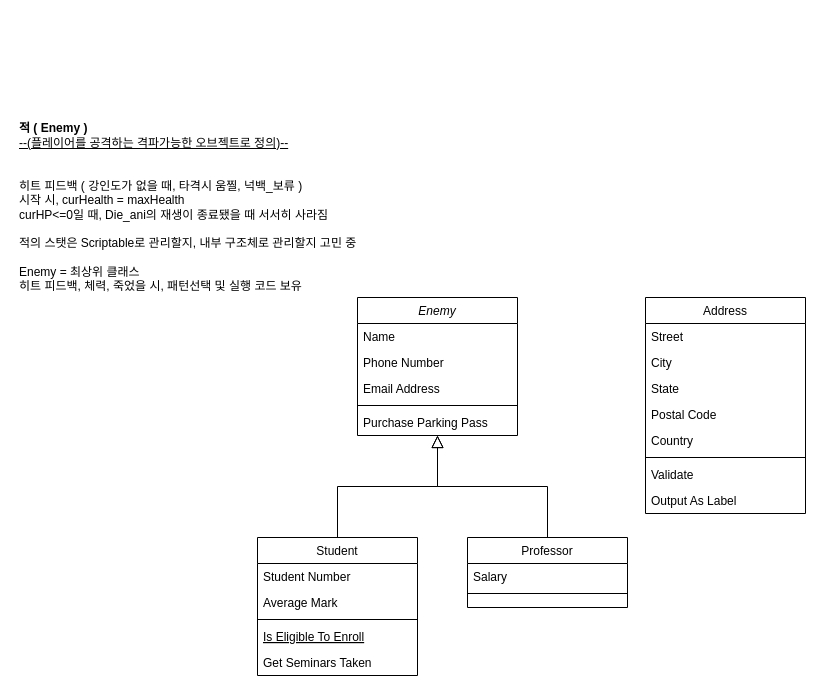
This is Capstone_Monster.drawio from hu4nana/ClassIdeas, a draw.io file, before an edit. Source tidied: cells renumbered, new cells numbered last; positions are measured from the earlier drawing's top-left corner, leaving out a move shared by most shapes. Both pictures are drawn from the tidied source at 100%, with x=0, y=0 at pixel (17, 17).
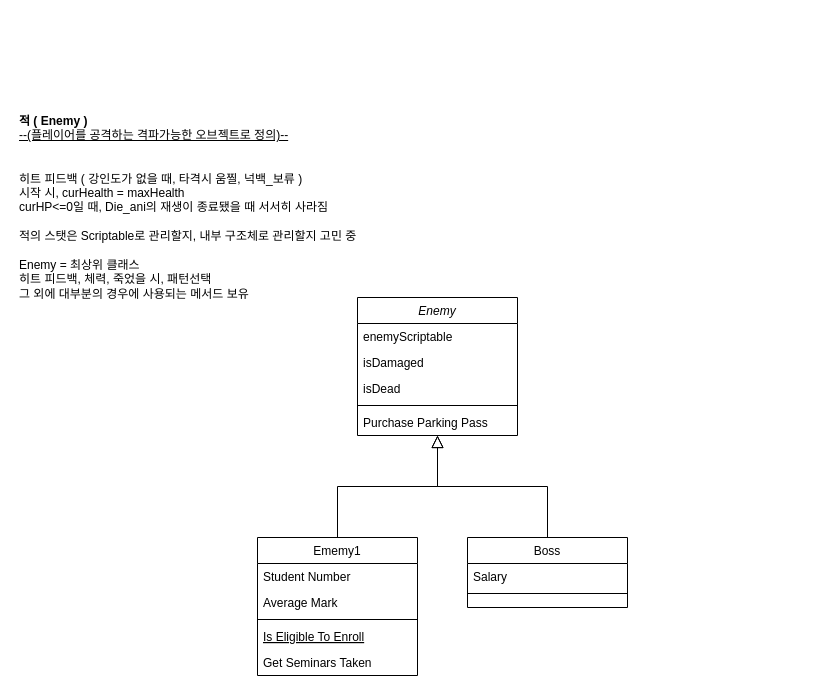
Above is the later version.

Unchanged cells that the change refers to:
```xml
<mxCell id="2" value="Enemy" style="swimlane;fontStyle=2;align=center;verticalAlign=top;horizontal=1;startSize=26;rounded=0;shadow=0;strokeWidth=1;" parent="1" vertex="1">
  <mxGeometry x="340" y="280" width="160" height="138" as="geometry" />
</mxCell>
```

The edit, as a diff of the source:
```diff
@@
-    <mxCell id="3" value="Name" style="text;align=left;verticalAlign=top;spacingLeft=4;spacingRight=4;overflow=hidden;" parent="2" vertex="1">
+    <mxCell id="3" value="enemyScriptable" style="text;align=left;verticalAlign=top;spacingLeft=4;spacingRight=4;overflow=hidden;" parent="2" vertex="1">
       <mxGeometry y="26" width="160" height="26" as="geometry" />
     </mxCell>
-    <mxCell id="4" value="Phone Number" style="text;align=left;verticalAlign=top;spacingLeft=4;spacingRight=4;overflow=hidden;rounded=0;shadow=0;html=0;" parent="2" vertex="1">
+    <mxCell id="4" value="isDamaged" style="text;align=left;verticalAlign=top;spacingLeft=4;spacingRight=4;overflow=hidden;rounded=0;shadow=0;html=0;" parent="2" vertex="1">
       <mxGeometry y="52" width="160" height="26" as="geometry" />
     </mxCell>
-    <mxCell id="5" value="Email Address" style="text;align=left;verticalAlign=top;spacingLeft=4;spacingRight=4;overflow=hidden;rounded=0;shadow=0;html=0;" parent="2" vertex="1">
+    <mxCell id="5" value="isDead" style="text;align=left;verticalAlign=top;spacingLeft=4;spacingRight=4;overflow=hidden;rounded=0;shadow=0;html=0;" parent="2" vertex="1">
       <mxGeometry y="78" width="160" height="26" as="geometry" />
     </mxCell>
@@
-    <mxCell id="8" value="Student" style="swimlane;fontStyle=0;align=center;verticalAlign=top;horizontal=1;startSize=26;rounded=0;shadow=0;strokeWidth=1;" parent="1" vertex="1">
+    <mxCell id="8" value="Ememy1" style="swimlane;fontStyle=0;align=center;verticalAlign=top;horizontal=1;startSize=26;rounded=0;shadow=0;strokeWidth=1;" parent="1" vertex="1">
       <mxGeometry x="240" y="520" width="160" height="138" as="geometry" />
     </mxCell>
@@
-    <mxCell id="15" value="Professor" style="swimlane;fontStyle=0;align=center;verticalAlign=top;horizontal=1;startSize=26;rounded=0;shadow=0;strokeWidth=1;" parent="1" vertex="1">
+    <mxCell id="15" value="Boss" style="swimlane;fontStyle=0;align=center;verticalAlign=top;horizontal=1;startSize=26;rounded=0;shadow=0;strokeWidth=1;" parent="1" vertex="1">
       <mxGeometry x="450" y="520" width="160" height="70" as="geometry" />
     </mxCell>
@@
-    <mxCell id="19" value="Address" style="swimlane;fontStyle=0;align=center;verticalAlign=top;horizontal=1;startSize=26;rounded=0;shadow=0;strokeWidth=1;" parent="1" vertex="1">
-      <mxGeometry x="628" y="280" width="160" height="216" as="geometry" />
-    </mxCell>
-    <mxCell id="20" value="Street" style="text;align=left;verticalAlign=top;spacingLeft=4;spacingRight=4;overflow=hidden;" parent="19" vertex="1">
-      <mxGeometry y="26" width="160" height="26" as="geometry" />
-    </mxCell>
-    <mxCell id="21" value="City" style="text;align=left;verticalAlign=top;spacingLeft=4;spacingRight=4;overflow=hidden;rounded=0;shadow=0;html=0;" parent="19" vertex="1">
-      <mxGeometry y="52" width="160" height="26" as="geometry" />
-    </mxCell>
-    <mxCell id="22" value="State" style="text;align=left;verticalAlign=top;spacingLeft=4;spacingRight=4;overflow=hidden;rounded=0;shadow=0;html=0;" parent="19" vertex="1">
-      <mxGeometry y="78" width="160" height="26" as="geometry" />
-    </mxCell>
-    <mxCell id="23" value="Postal Code" style="text;align=left;verticalAlign=top;spacingLeft=4;spacingRight=4;overflow=hidden;rounded=0;shadow=0;html=0;" parent="19" vertex="1">
-      <mxGeometry y="104" width="160" height="26" as="geometry" />
-    </mxCell>
-    <mxCell id="24" value="Country" style="text;align=left;verticalAlign=top;spacingLeft=4;spacingRight=4;overflow=hidden;rounded=0;shadow=0;html=0;" parent="19" vertex="1">
-      <mxGeometry y="130" width="160" height="26" as="geometry" />
-    </mxCell>
-    <mxCell id="25" style="line;html=1;strokeWidth=1;align=left;verticalAlign=middle;spacingTop=-1;spacingLeft=3;spacingRight=3;labelPosition=right;" parent="19" vertex="1">
-      <mxGeometry y="156" width="160" height="8" as="geometry" />
-    </mxCell>
-    <mxCell id="26" value="Validate" style="text;align=left;verticalAlign=top;spacingLeft=4;spacingRight=4;overflow=hidden;" parent="19" vertex="1">
-      <mxGeometry y="164" width="160" height="26" as="geometry" />
-    </mxCell>
-    <mxCell id="27" value="Output As Label" style="text;align=left;verticalAlign=top;spacingLeft=4;spacingRight=4;overflow=hidden;" parent="19" vertex="1">
-      <mxGeometry y="190" width="160" height="26" as="geometry" />
-    </mxCell>
-    <mxCell id="28" value="&lt;b&gt;적 ( Enemy )&lt;/b&gt;&lt;br&gt;&lt;u style=&quot;&quot;&gt;--(플레이어를 공격하는 격파가능한 오브젝트로 정의)--&lt;/u&gt;&lt;br&gt;&lt;br&gt;&lt;br&gt;히트 피드백 ( 강인도가 없을 때, 타격시 움찔, 넉백_보류 )&lt;br&gt;시작 시, curHealth = maxHealth&lt;br&gt;curHP&amp;lt;=0일 때, Die_ani의 재생이 종료됐을 때 서서히 사라짐&lt;br&gt;&lt;br&gt;적의 스탯은 Scriptable로 관리할지, 내부 구조체로 관리할지 고민 중&lt;br&gt;&lt;br&gt;Enemy = 최상위 클래스&lt;br&gt;히트 피드백, 체력, 죽었을 시, 패턴선택 및 실행 코드 보유" style="text;html=1;strokeColor=none;fillColor=none;align=left;verticalAlign=middle;whiteSpace=wrap;rounded=0;" parent="1" vertex="1">
+    <mxCell id="28" value="&lt;b&gt;적 ( Enemy )&lt;/b&gt;&lt;br&gt;&lt;u style=&quot;&quot;&gt;--(플레이어를 공격하는 격파가능한 오브젝트로 정의)--&lt;/u&gt;&lt;br&gt;&lt;br&gt;&lt;br&gt;히트 피드백 ( 강인도가 없을 때, 타격시 움찔, 넉백_보류 )&lt;br&gt;시작 시, curHealth = maxHealth&lt;br&gt;curHP&amp;lt;=0일 때, Die_ani의 재생이 종료됐을 때 서서히 사라짐&lt;br&gt;&lt;br&gt;적의 스탯은 Scriptable로 관리할지, 내부 구조체로 관리할지 고민 중&lt;br&gt;&lt;br&gt;Enemy = 최상위 클래스&lt;br&gt;히트 피드백, 체력, 죽었을 시, 패턴선택&amp;nbsp;&lt;br&gt;그 외에 대부분의 경우에 사용되는 메서드 보유" style="text;html=1;strokeColor=none;fillColor=none;align=left;verticalAlign=middle;whiteSpace=wrap;rounded=0;" parent="1" vertex="1">
       <mxGeometry width="390" height="380" as="geometry" />
     </mxCell>
```
